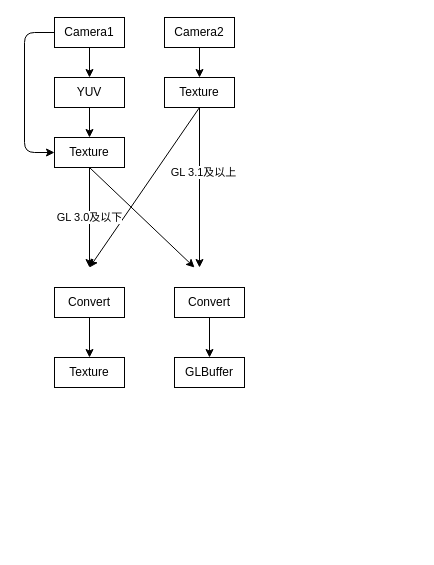
Above: Untitled Diagram.drawio in loleng0803/Doc (draw.io), before the change. Source tidied: cells renumbered, new cells numbered last; positions are measured from the earlier drawing's top-left corner, leaving out a move shared by most shapes. Both pictures are drawn from the tidied source at 100%, with x=0, y=0 at pixel (24, 17).
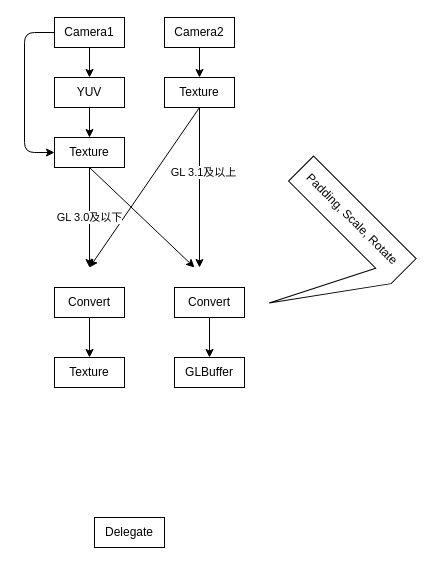
The same diagram, later.

Diff of the diagram source:
```diff
@@
+    <mxCell id="22" value="Padding, Scale, Rotate" style="shape=callout;whiteSpace=wrap;html=1;perimeter=calloutPerimeter;rotation=45;size=100;position=0.85;base=31;" parent="1" vertex="1">
+      <mxGeometry x="220" y="170" width="145" height="135.4" as="geometry" />
+    </mxCell>
+    <mxCell id="23" value="Delegate" style="whiteSpace=wrap;html=1;" parent="1" vertex="1">
+      <mxGeometry x="70" y="500" width="70" height="30" as="geometry" />
+    </mxCell>
```
